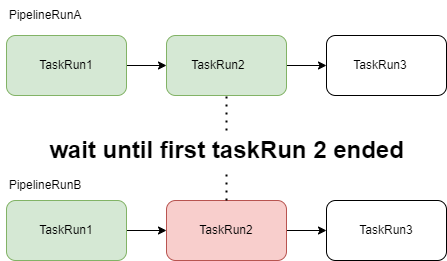
The draw.io diagram taskq.png in alezander86/flask-edp, before a commit. Source tidied: cells renumbered, new cells last; positions are measured from the earlier drawing's top-left corner, leaving out a move shared by most shapes. Source of this version:
```xml
<mxGraphModel>
  <root>
    <mxCell id="0" />
    <mxCell id="1" parent="0" />
    <mxCell id="2" style="edgeStyle=orthogonalEdgeStyle;rounded=0;jettySize=auto;html=1;entryX=0;entryY=0.5;entryDx=0;entryDy=0;" parent="1" edge="1" target="5">
      <mxGeometry relative="1" as="geometry">
        <mxPoint x="120" y="65" as="sourcePoint" />
      </mxGeometry>
    </mxCell>
    <mxCell id="3" style="rounded=1;whiteSpace=wrap;html=1;fillColor=#d5e8d4;strokeColor=#82b366;" parent="1" vertex="1">
      <mxGeometry x="6" y="35" width="120" height="60" as="geometry" />
    </mxCell>
    <mxCell id="4" style="edgeStyle=orthogonalEdgeStyle;rounded=0;jettySize=auto;html=1;exitX=1;exitY=0.5;exitDx=0;exitDy=0;entryX=0;entryY=0.5;entryDx=0;entryDy=0;" parent="1" edge="1" source="5" target="8">
      <mxGeometry relative="1" as="geometry" />
    </mxCell>
    <mxCell id="5" style="rounded=1;whiteSpace=wrap;html=1;fillColor=#d5e8d4;strokeColor=#82b366;" parent="1" vertex="1">
      <mxGeometry x="166" y="35" width="120" height="60" as="geometry" />
    </mxCell>
    <mxCell id="6" style="edgeStyle=orthogonalEdgeStyle;rounded=0;jettySize=auto;html=1;" parent="1" edge="1" source="7" target="11">
      <mxGeometry relative="1" as="geometry" />
    </mxCell>
    <mxCell id="7" style="rounded=1;whiteSpace=wrap;html=1;fillColor=#d5e8d4;strokeColor=#82b366;" parent="1" vertex="1">
      <mxGeometry x="6" y="200" width="120" height="60" as="geometry" />
    </mxCell>
    <mxCell id="8" style="rounded=1;whiteSpace=wrap;html=1;" parent="1" vertex="1">
      <mxGeometry x="326" y="35" width="120" height="60" as="geometry" />
    </mxCell>
    <mxCell id="9" style="rounded=1;whiteSpace=wrap;html=1;" parent="1" vertex="1">
      <mxGeometry x="326" y="200" width="120" height="60" as="geometry" />
    </mxCell>
    <mxCell id="10" style="edgeStyle=orthogonalEdgeStyle;rounded=0;jettySize=auto;html=1;" parent="1" edge="1" source="11" target="9">
      <mxGeometry relative="1" as="geometry" />
    </mxCell>
    <mxCell id="11" style="rounded=1;whiteSpace=wrap;html=1;fillColor=#f8cecc;strokeColor=#b85450;" parent="1" vertex="1">
      <mxGeometry x="166" y="200" width="120" height="60" as="geometry" />
    </mxCell>
    <mxCell id="12" value="TaskRun1" style="text;html=1;strokeColor=none;fillColor=none;align=center;verticalAlign=middle;whiteSpace=wrap;rounded=0;" parent="1" vertex="1">
      <mxGeometry x="36" y="50" width="60" height="30" as="geometry" />
    </mxCell>
    <mxCell id="13" value="TaskRun2" style="text;html=1;strokeColor=none;fillColor=none;align=center;verticalAlign=middle;whiteSpace=wrap;rounded=0;" parent="1" vertex="1">
      <mxGeometry x="190" y="50" width="56" height="30" as="geometry" />
    </mxCell>
    <mxCell id="14" value="TaskRun3" style="text;html=1;strokeColor=none;fillColor=none;align=center;verticalAlign=middle;whiteSpace=wrap;rounded=0;" parent="1" vertex="1">
      <mxGeometry x="350" y="50" width="60" height="30" as="geometry" />
    </mxCell>
    <mxCell id="15" value="PipelineRunA" style="text;html=1;strokeColor=none;fillColor=none;align=center;verticalAlign=middle;whiteSpace=wrap;rounded=0;" parent="1" vertex="1">
      <mxGeometry width="90" height="30" as="geometry" />
    </mxCell>
    <mxCell id="16" value="PipelineRunB" style="text;html=1;strokeColor=none;fillColor=none;align=center;verticalAlign=middle;whiteSpace=wrap;rounded=0;" parent="1" vertex="1">
      <mxGeometry x="15" y="170" width="60" height="30" as="geometry" />
    </mxCell>
    <mxCell id="17" value="TaskRun3" style="text;html=1;strokeColor=none;fillColor=none;align=center;verticalAlign=middle;whiteSpace=wrap;rounded=0;" parent="1" vertex="1">
      <mxGeometry x="356" y="215" width="60" height="30" as="geometry" />
    </mxCell>
    <mxCell id="18" value="TaskRun2" style="text;html=1;strokeColor=none;fillColor=none;align=center;verticalAlign=middle;whiteSpace=wrap;rounded=0;" parent="1" vertex="1">
      <mxGeometry x="196" y="215" width="60" height="30" as="geometry" />
    </mxCell>
    <mxCell id="19" style="endArrow=none;dashed=1;html=1;dashPattern=1 3;strokeWidth=2;rounded=0;exitX=0.5;exitY=0;exitDx=0;exitDy=0;entryX=0.5;entryY=1;entryDx=0;entryDy=0;startArrow=none;" parent="1" edge="1" source="21" target="5">
      <mxGeometry relative="1" as="geometry" />
    </mxCell>
    <mxCell id="20" style="endArrow=none;dashed=1;html=1;dashPattern=1 3;strokeWidth=2;rounded=0;exitX=0.5;exitY=0;exitDx=0;exitDy=0;entryX=0.5;entryY=1;entryDx=0;entryDy=0;" parent="1" edge="1" source="11" target="21">
      <mxGeometry relative="1" as="geometry" />
    </mxCell>
    <mxCell id="21" value="wait until first taskRun 2 ended" style="text;strokeColor=none;fillColor=none;html=1;fontSize=24;fontStyle=1;verticalAlign=middle;align=center;" parent="1" vertex="1">
      <mxGeometry x="176" y="130" width="100" height="40" as="geometry" />
    </mxCell>
    <mxCell id="22" value="TaskRun1" style="text;html=1;strokeColor=none;fillColor=none;align=center;verticalAlign=middle;whiteSpace=wrap;rounded=0;" parent="1" vertex="1">
      <mxGeometry x="36" y="215" width="60" height="30" as="geometry" />
    </mxCell>
  </root>
</mxGraphModel>
```
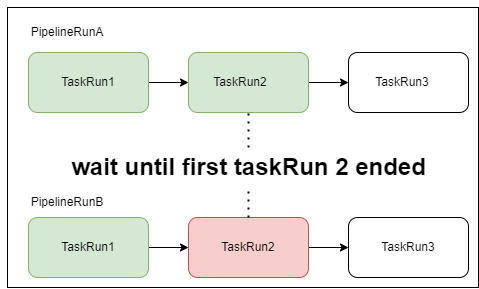
The same file after the commit.

What changed in the source:
```diff
@@ -2,6 +2,12 @@
   <root>
     <mxCell id="0" />
     <mxCell id="1" parent="0" />
+    <mxCell id="23" style="edgeStyle=orthogonalEdgeStyle;rounded=0;jettySize=auto;html=1;exitX=0;exitY=0;exitDx=0;exitDy=0;entryX=0;entryY=0;entryDx=0;entryDy=0;" parent="1" edge="1" source="24" target="15">
+      <mxGeometry relative="1" as="geometry" />
+    </mxCell>
+    <mxCell id="24" style="rounded=0;whiteSpace=wrap;html=1;" parent="1" vertex="1">
+      <mxGeometry x="-15" y="-10" width="471" height="280" as="geometry" />
+    </mxCell>
     <mxCell id="2" style="edgeStyle=orthogonalEdgeStyle;rounded=0;jettySize=auto;html=1;entryX=0;entryY=0.5;entryDx=0;entryDy=0;" parent="1" edge="1" target="5">
       <mxGeometry relative="1" as="geometry">
         <mxPoint x="120" y="65" as="sourcePoint" />
```
